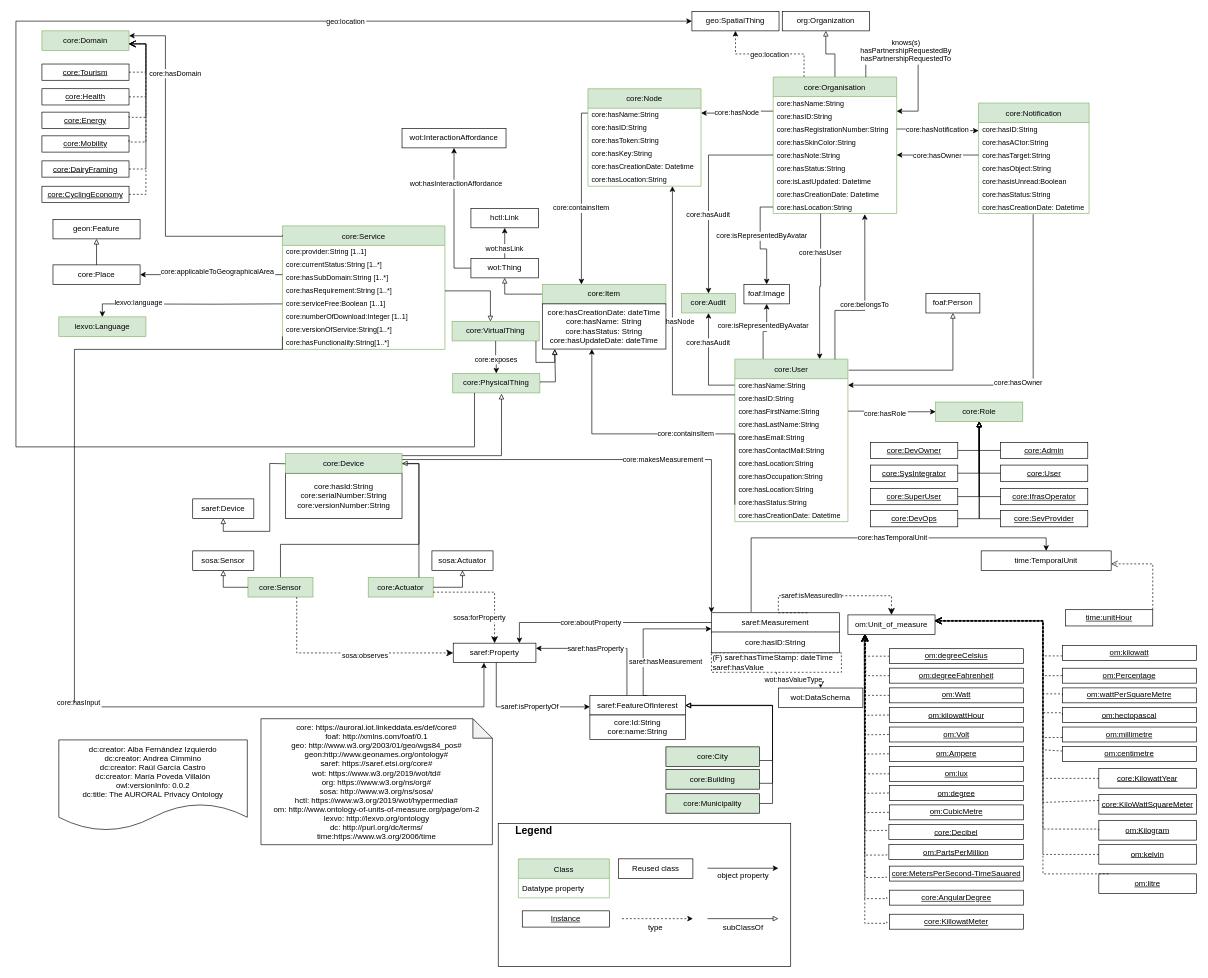
Earlier version of the draw.io diagram page "V2" (1 of 2) of diagrams/core.drawio (oeg-upm/auroral-core-ontology). Source tidied: cells renumbered, new cells numbered last; positions are measured from the earlier drawing's top-left corner, leaving out a move shared by most shapes. Both pictures are drawn from the tidied source at 65%, with x=0, y=0 at pixel (16, 11).
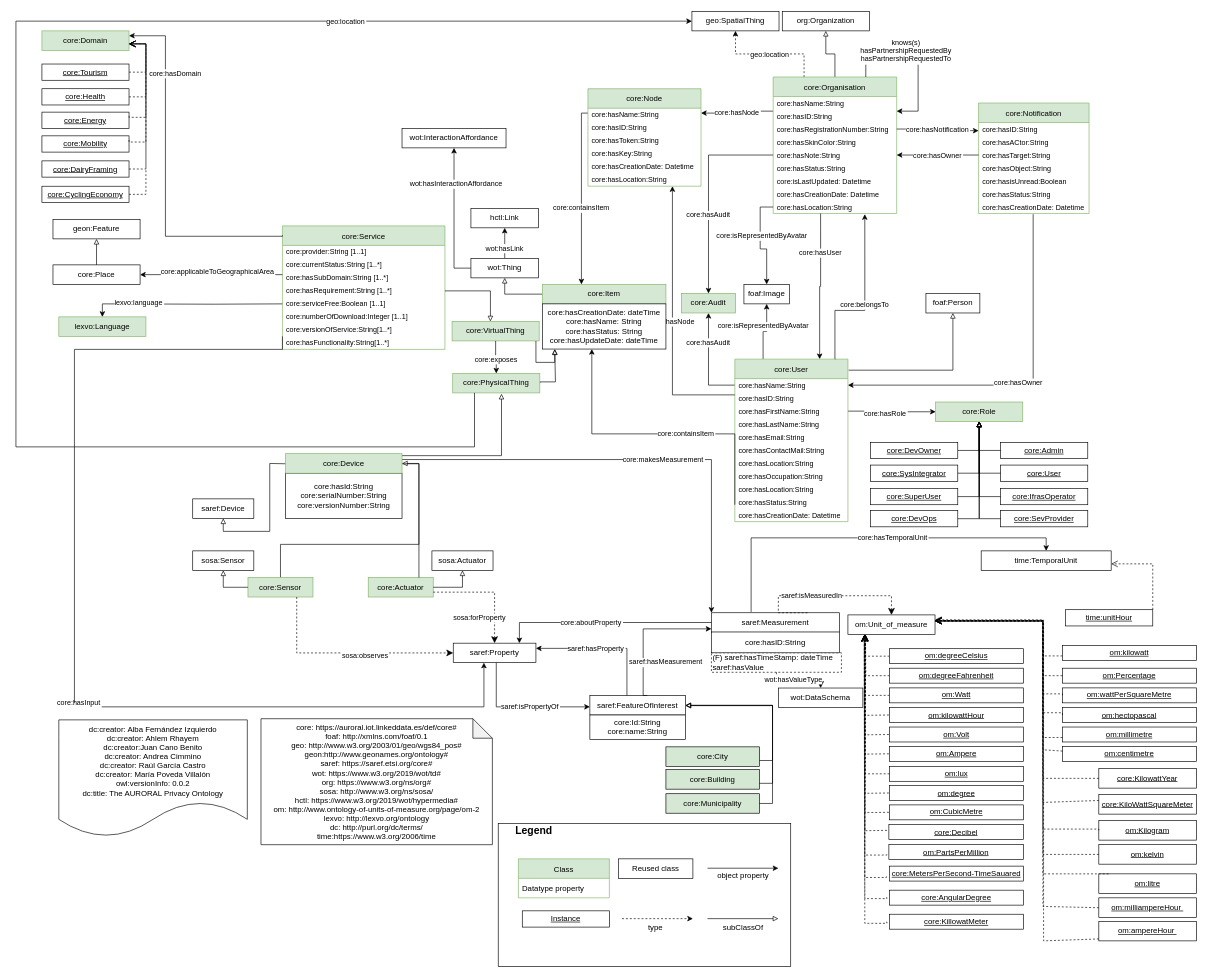
Above is the later version.

Unchanged cells that the change refers to:
```xml
<mxCell id="119" value="om:Unit_of_measure" style="rounded=0;whiteSpace=wrap;html=1;points=[[0.1,0],[0.2,0],[0.3,0],[0.4,0],[0.5,0],[0.6,0],[0.7,0],[0.8,0],[0.9,0],[0,0.1],[0,0.3],[0,0.5],[0,0.7],[0,0.9],[0.1,1],[0.2,1],[0.3,1],[0.4,1],[0.5,1],[0.6,1],[0.7,1],[0.8,1],[0.9,1],[1,0.1],[1,0.3],[1,0.5],[1,0.7],[1,0.9]];" parent="1" vertex="1">
  <mxGeometry x="1280" y="928.5" width="134" height="30" as="geometry" />
</mxCell>
```

Diff of the diagram source:
```diff
@@
-    <mxCell id="4" value="dc:creator: Alba Fernández Izquierdo&#10;dc:creator: Andrea Cimmino&#10;dc:creator: Raúl García Castro&#10;dc:creator: María Poveda Villalón&#10;owl:versionInfo: 0.0.2&#10;dc:title: The AURORAL Privacy Ontology" style="shape=document;boundedLbl=1;" parent="1" vertex="1">
-      <mxGeometry x="66" y="1120.8" width="290" height="140" as="geometry" />
+    <mxCell id="4" value="dc:creator: Alba Fernández Izquierdo&#10;dc:creator: Ahlem Rhayem&#10;dc:creator:Juan Cano Benito&#10;dc:creator: Andrea Cimmino&#10;dc:creator: Raúl García Castro&#10;dc:creator: María Poveda Villalón&#10;owl:versionInfo: 0.0.2&#10;dc:title: The AURORAL Privacy Ontology" style="shape=document;boundedLbl=1;" parent="1" vertex="1">
+      <mxGeometry x="66" y="1090" width="290" height="180" as="geometry" />
     </mxCell>
@@
+    <mxCell id="238" value="&lt;u&gt;om:milliampereHour&amp;nbsp;&lt;/u&gt;" style="rounded=0;whiteSpace=wrap;html=1;snapToPoint=1;points=[[0.1,0],[0.2,0],[0.3,0],[0.4,0],[0.5,0],[0.6,0],[0.7,0],[0.8,0],[0.9,0],[0,0.1],[0,0.3],[0,0.5],[0,0.7],[0,0.9],[0.1,1],[0.2,1],[0.3,1],[0.4,1],[0.5,1],[0.6,1],[0.7,1],[0.8,1],[0.9,1],[1,0.1],[1,0.3],[1,0.5],[1,0.7],[1,0.9]];" parent="1" vertex="1">
+      <mxGeometry x="1666" y="1363.8" width="150" height="30" as="geometry" />
+    </mxCell>
+    <mxCell id="239" style="endArrow=open;html=1;fontColor=#000099;endFill=0;dashed=1;endSize=8;edgeStyle=orthogonalEdgeStyle;arcSize=0;" parent="1" edge="1" source="238">
+      <mxGeometry relative="1" as="geometry">
+        <mxPoint x="1414" y="938" as="targetPoint" />
+        <Array as="points">
+          <mxPoint x="1580" y="1377" />
+          <mxPoint x="1580" y="938" />
+        </Array>
+      </mxGeometry>
+    </mxCell>
+    <mxCell id="240" value="&lt;u&gt;om:ampereHour&amp;nbsp;&lt;/u&gt;" style="rounded=0;whiteSpace=wrap;html=1;snapToPoint=1;points=[[0.1,0],[0.2,0],[0.3,0],[0.4,0],[0.5,0],[0.6,0],[0.7,0],[0.8,0],[0.9,0],[0,0.1],[0,0.3],[0,0.5],[0,0.7],[0,0.9],[0.1,1],[0.2,1],[0.3,1],[0.4,1],[0.5,1],[0.6,1],[0.7,1],[0.8,1],[0.9,1],[1,0.1],[1,0.3],[1,0.5],[1,0.7],[1,0.9]];" parent="1" vertex="1">
+      <mxGeometry x="1666" y="1400" width="150" height="30" as="geometry" />
+    </mxCell>
+    <mxCell id="241" style="endArrow=open;html=1;fontColor=#000099;endFill=0;dashed=1;endSize=8;edgeStyle=orthogonalEdgeStyle;arcSize=0;" parent="1" edge="1" source="240" target="119">
+      <mxGeometry relative="1" as="geometry">
+        <Array as="points">
+          <mxPoint x="1581" y="1430" />
+          <mxPoint x="1581" y="936" />
+        </Array>
+      </mxGeometry>
+    </mxCell>
```
